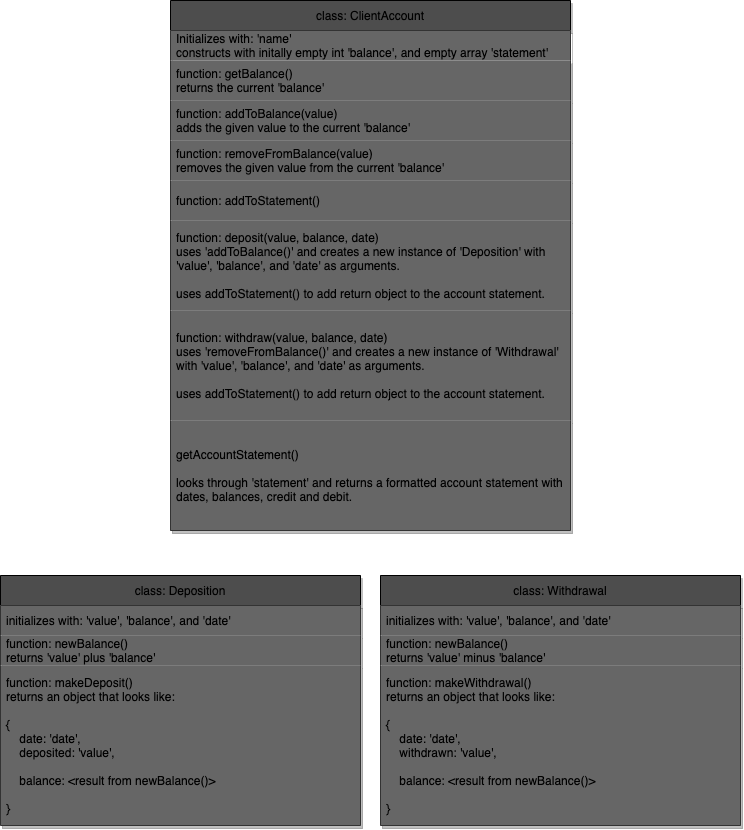
williamlines/bank-tech-test keeps this draw.io diagram as docs/bank.png. Above is the earlier version. Source tidied: cells renumbered, new cells last; positions are measured from the earlier drawing's top-left corner, leaving out a move shared by most shapes. Source of this version:
```xml
<mxGraphModel>
  <root>
    <mxCell id="0" />
    <mxCell id="1" parent="0" />
    <mxCell id="2" value="class: ClientAccount" style="swimlane;fontStyle=0;horizontal=1;startSize=30;strokeColor=#000000;shadow=1;fillColor=#4D4D4D;" parent="1" vertex="1">
      <mxGeometry x="170" width="400" height="530" as="geometry" />
    </mxCell>
    <mxCell id="3" value="Initializes with: 'name'&#10;constructs with initally empty int 'balance', and empty array 'statement'" style="text;strokeColor=none;fillColor=#666666;align=left;verticalAlign=middle;spacingLeft=4;spacingRight=4;overflow=hidden;" parent="2" vertex="1">
      <mxGeometry y="30" width="400" height="30" as="geometry" />
    </mxCell>
    <mxCell id="4" value="function: getBalance()&#10;returns the current 'balance'" style="text;strokeColor=none;fillColor=#666666;align=left;verticalAlign=middle;spacingLeft=4;spacingRight=4;overflow=hidden;shadow=1;" parent="2" vertex="1">
      <mxGeometry y="60" width="400" height="40" as="geometry" />
    </mxCell>
    <mxCell id="5" value="function: addToBalance(value)&#10;adds the given value to the current 'balance'" style="text;strokeColor=none;fillColor=#666666;align=left;verticalAlign=middle;spacingLeft=4;spacingRight=4;overflow=hidden;shadow=1;" parent="2" vertex="1">
      <mxGeometry y="100" width="400" height="40" as="geometry" />
    </mxCell>
    <mxCell id="6" value="function: removeFromBalance(value)&#10;removes the given value from the current 'balance'" style="text;strokeColor=none;fillColor=#666666;align=left;verticalAlign=middle;spacingLeft=4;spacingRight=4;overflow=hidden;shadow=1;" parent="2" vertex="1">
      <mxGeometry y="140" width="400" height="40" as="geometry" />
    </mxCell>
    <mxCell id="7" value="function: addToStatement()" style="text;strokeColor=none;fillColor=#666666;align=left;verticalAlign=middle;spacingLeft=4;spacingRight=4;overflow=hidden;shadow=1;" parent="2" vertex="1">
      <mxGeometry y="180" width="400" height="40" as="geometry" />
    </mxCell>
    <mxCell id="8" value="function: deposit(value, balance, date)&#10;uses 'addToBalance()' and creates a new instance of 'Deposition' with&#10;'value', 'balance', and 'date' as arguments.&#10;&#10;uses addToStatement() to add return object to the account statement." style="text;strokeColor=none;fillColor=#666666;align=left;verticalAlign=middle;spacingLeft=4;spacingRight=4;overflow=hidden;shadow=1;" parent="2" vertex="1">
      <mxGeometry y="220" width="400" height="90" as="geometry" />
    </mxCell>
    <mxCell id="9" value="function: withdraw(value, balance, date)&#10;uses 'removeFromBalance()' and creates a new instance of 'Withdrawal'&#10;with 'value', 'balance', and 'date' as arguments.&#10;&#10;uses addToStatement() to add return object to the account statement. " style="text;strokeColor=none;fillColor=#666666;align=left;verticalAlign=middle;spacingLeft=4;spacingRight=4;overflow=hidden;shadow=1;" parent="2" vertex="1">
      <mxGeometry y="310" width="400" height="110" as="geometry" />
    </mxCell>
    <mxCell id="10" value="getAccountStatement()&#10;&#10;looks through 'statement' and returns a formatted account statement with&#10;dates, balances, credit and debit." style="text;strokeColor=none;fillColor=#666666;align=left;verticalAlign=middle;spacingLeft=4;spacingRight=4;overflow=hidden;shadow=1;" parent="2" vertex="1">
      <mxGeometry y="420" width="400" height="110" as="geometry" />
    </mxCell>
    <mxCell id="11" value="class: Deposition" style="swimlane;fontStyle=0;horizontal=1;startSize=30;shadow=1;strokeColor=#000000;fillColor=#4D4D4D;" parent="1" vertex="1">
      <mxGeometry y="575" width="360" height="250" as="geometry" />
    </mxCell>
    <mxCell id="12" value="initializes with: 'value', 'balance', and 'date'" style="text;strokeColor=none;fillColor=#666666;align=left;verticalAlign=middle;spacingLeft=4;spacingRight=4;overflow=hidden;shadow=1;" parent="11" vertex="1">
      <mxGeometry y="30" width="360" height="30" as="geometry" />
    </mxCell>
    <mxCell id="13" value="function: newBalance()&#10;returns 'value' plus 'balance'" style="text;strokeColor=none;fillColor=#666666;align=left;verticalAlign=middle;spacingLeft=4;spacingRight=4;overflow=hidden;shadow=1;" parent="11" vertex="1">
      <mxGeometry y="60" width="360" height="30" as="geometry" />
    </mxCell>
    <mxCell id="14" value="function: makeDeposit()&#10;returns an object that looks like:&#10;&#10;{&#10;    date: 'date',&#10;    deposited: 'value',&#10;&#10;    balance: &lt;result from newBalance()&gt;&#10;&#10;}" style="text;strokeColor=none;fillColor=#666666;align=left;verticalAlign=middle;spacingLeft=4;spacingRight=4;overflow=hidden;shadow=1;" parent="11" vertex="1">
      <mxGeometry y="90" width="360" height="160" as="geometry" />
    </mxCell>
    <mxCell id="15" value="class: Withdrawal" style="swimlane;fontStyle=0;horizontal=1;startSize=30;shadow=1;strokeColor=#000000;fillColor=#4D4D4D;" parent="1" vertex="1">
      <mxGeometry x="380" y="575" width="360" height="250" as="geometry" />
    </mxCell>
    <mxCell id="16" value="initializes with: 'value', 'balance', and 'date'" style="text;strokeColor=none;fillColor=#666666;align=left;verticalAlign=middle;spacingLeft=4;spacingRight=4;overflow=hidden;shadow=1;" parent="15" vertex="1">
      <mxGeometry y="30" width="360" height="30" as="geometry" />
    </mxCell>
    <mxCell id="17" value="function: newBalance()&#10;returns 'value' minus 'balance'" style="text;strokeColor=none;fillColor=#666666;align=left;verticalAlign=middle;spacingLeft=4;spacingRight=4;overflow=hidden;shadow=1;" parent="15" vertex="1">
      <mxGeometry y="60" width="360" height="30" as="geometry" />
    </mxCell>
    <mxCell id="18" value="function: makeWithdrawal()&#10;returns an object that looks like:&#10;&#10;{&#10;    date: 'date',&#10;    withdrawn: 'value',&#10;&#10;    balance: &lt;result from newBalance()&gt;&#10;&#10;}" style="text;strokeColor=none;fillColor=#666666;align=left;verticalAlign=middle;spacingLeft=4;spacingRight=4;overflow=hidden;shadow=1;" parent="15" vertex="1">
      <mxGeometry y="90" width="360" height="160" as="geometry" />
    </mxCell>
  </root>
</mxGraphModel>
```
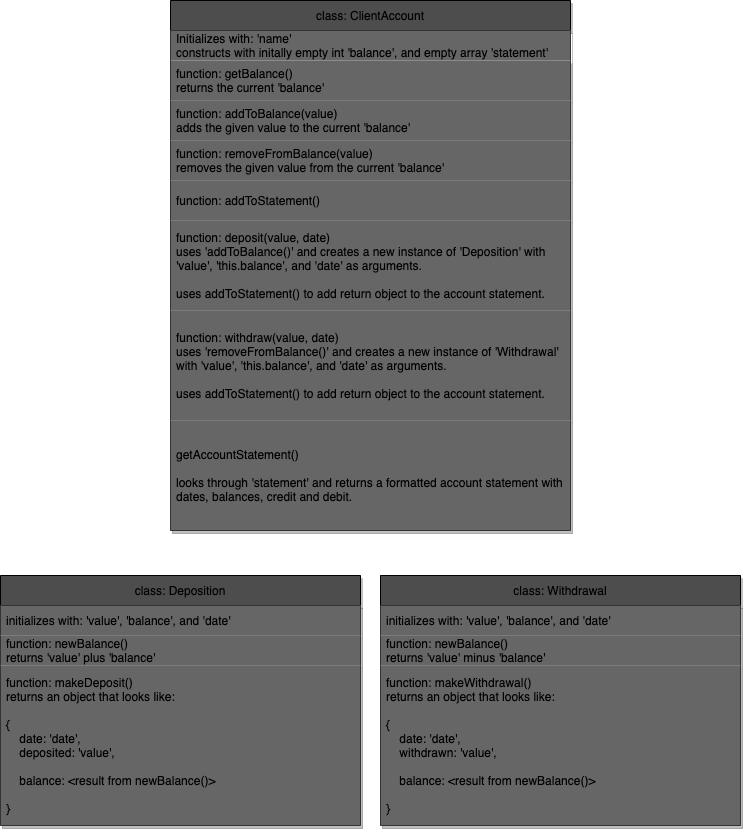
The same file after the commit.

Commit message:
first test for deposit function on ClientAccount

Change to the diagram source:
```diff
@@ -20,10 +20,10 @@
     <mxCell id="7" value="function: addToStatement()" style="text;strokeColor=none;fillColor=#666666;align=left;verticalAlign=middle;spacingLeft=4;spacingRight=4;overflow=hidden;shadow=1;" parent="2" vertex="1">
       <mxGeometry y="180" width="400" height="40" as="geometry" />
     </mxCell>
-    <mxCell id="8" value="function: deposit(value, balance, date)&#10;uses 'addToBalance()' and creates a new instance of 'Deposition' with&#10;'value', 'balance', and 'date' as arguments.&#10;&#10;uses addToStatement() to add return object to the account statement." style="text;strokeColor=none;fillColor=#666666;align=left;verticalAlign=middle;spacingLeft=4;spacingRight=4;overflow=hidden;shadow=1;" parent="2" vertex="1">
+    <mxCell id="8" value="function: deposit(value, date)&#10;uses 'addToBalance()' and creates a new instance of 'Deposition' with&#10;'value', 'this.balance', and 'date' as arguments.&#10;&#10;uses addToStatement() to add return object to the account statement." style="text;strokeColor=none;fillColor=#666666;align=left;verticalAlign=middle;spacingLeft=4;spacingRight=4;overflow=hidden;shadow=1;" parent="2" vertex="1">
       <mxGeometry y="220" width="400" height="90" as="geometry" />
     </mxCell>
-    <mxCell id="9" value="function: withdraw(value, balance, date)&#10;uses 'removeFromBalance()' and creates a new instance of 'Withdrawal'&#10;with 'value', 'balance', and 'date' as arguments.&#10;&#10;uses addToStatement() to add return object to the account statement. " style="text;strokeColor=none;fillColor=#666666;align=left;verticalAlign=middle;spacingLeft=4;spacingRight=4;overflow=hidden;shadow=1;" parent="2" vertex="1">
+    <mxCell id="9" value="function: withdraw(value, date)&#10;uses 'removeFromBalance()' and creates a new instance of 'Withdrawal'&#10;with 'value', 'this.balance', and 'date' as arguments.&#10;&#10;uses addToStatement() to add return object to the account statement. " style="text;strokeColor=none;fillColor=#666666;align=left;verticalAlign=middle;spacingLeft=4;spacingRight=4;overflow=hidden;shadow=1;" parent="2" vertex="1">
       <mxGeometry y="310" width="400" height="110" as="geometry" />
     </mxCell>
     <mxCell id="10" value="getAccountStatement()&#10;&#10;looks through 'statement' and returns a formatted account statement with&#10;dates, balances, credit and debit." style="text;strokeColor=none;fillColor=#666666;align=left;verticalAlign=middle;spacingLeft=4;spacingRight=4;overflow=hidden;shadow=1;" parent="2" vertex="1">
```
